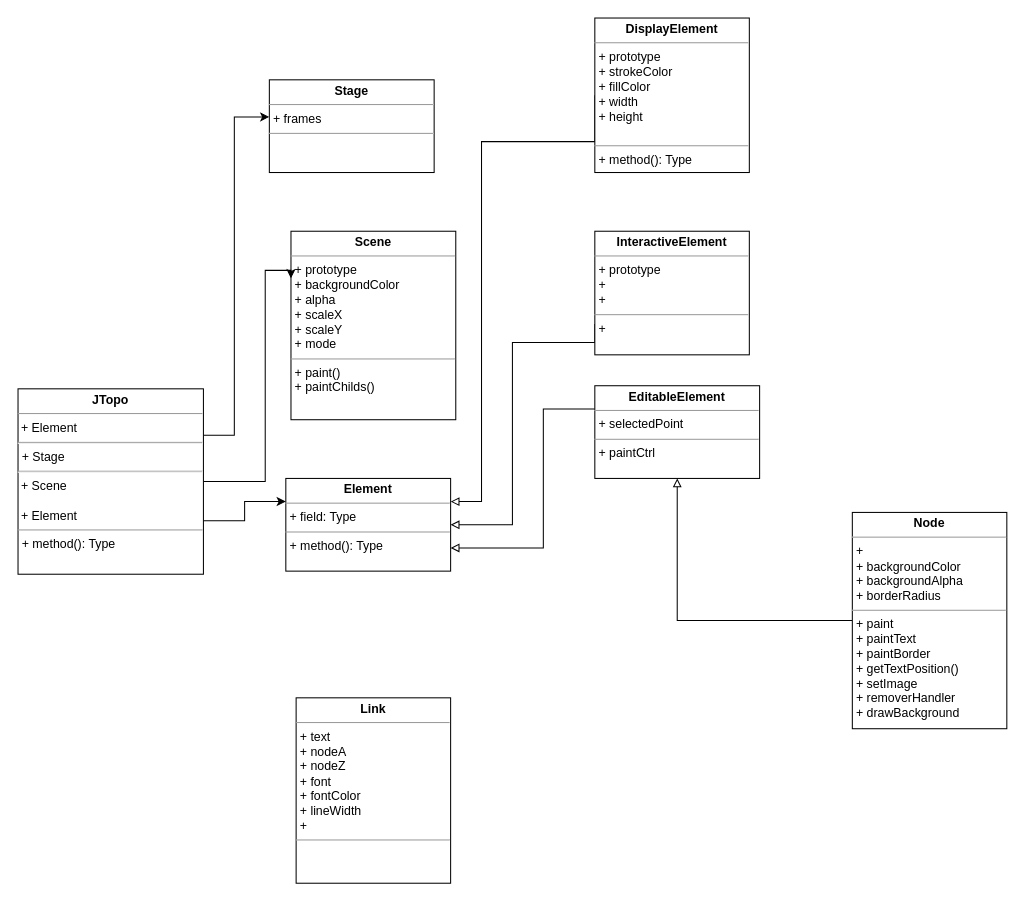
This is Jtopo.drawio from waterwatermelon/graph, a draw.io file, before an edit. Source tidied: cells renumbered, new cells numbered last; positions are measured from the earlier drawing's top-left corner, leaving out a move shared by most shapes. Both pictures are drawn from the tidied source at 103%, with x=0, y=0 at pixel (18, 18).
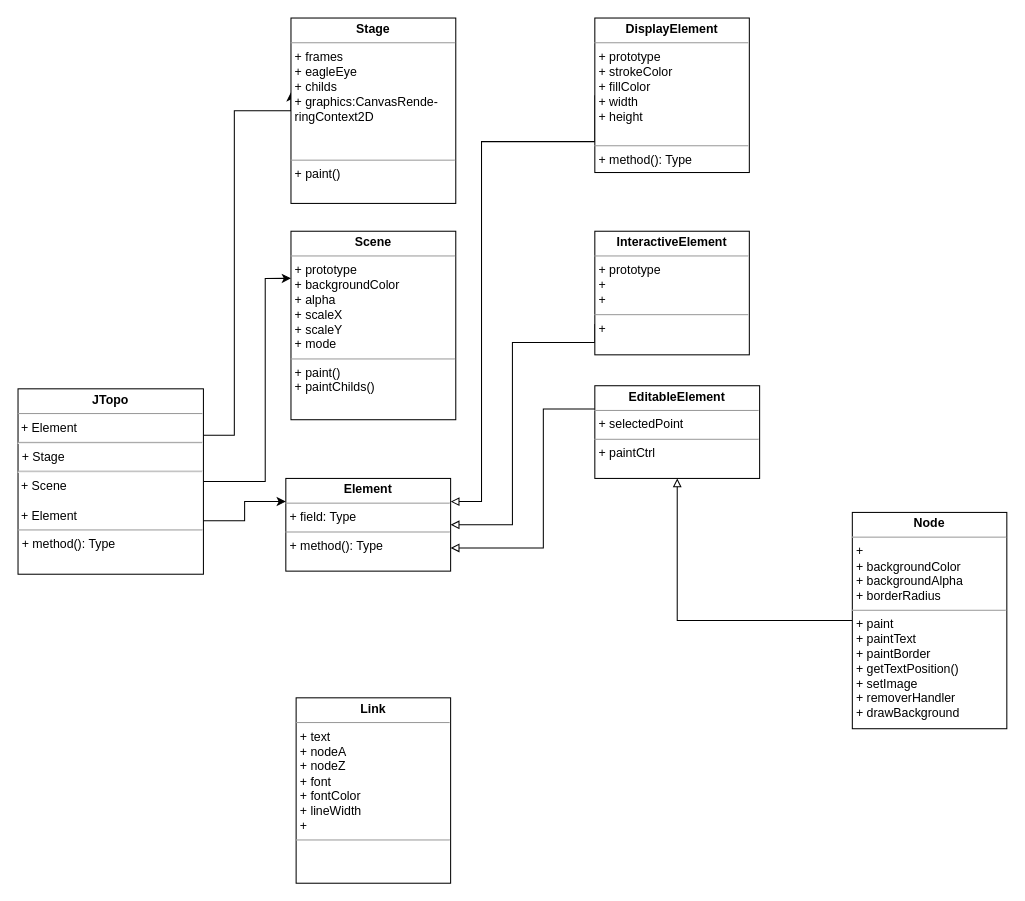
After the change.

Unchanged cells that the change refers to:
```xml
<mxCell id="2" value="&lt;p style=&quot;margin: 0px ; margin-top: 4px ; text-align: center&quot;&gt;&lt;b&gt;Scene&lt;/b&gt;&lt;/p&gt;&lt;hr size=&quot;1&quot;&gt;&lt;p style=&quot;margin: 0px ; margin-left: 4px&quot;&gt;+ prototype&lt;/p&gt;&lt;p style=&quot;margin: 0px ; margin-left: 4px&quot;&gt;+ backgroundColor&lt;/p&gt;&lt;p style=&quot;margin: 0px ; margin-left: 4px&quot;&gt;+ alpha&lt;/p&gt;&lt;p style=&quot;margin: 0px ; margin-left: 4px&quot;&gt;+ scaleX&lt;/p&gt;&lt;p style=&quot;margin: 0px ; margin-left: 4px&quot;&gt;+ scaleY&lt;/p&gt;&lt;p style=&quot;margin: 0px ; margin-left: 4px&quot;&gt;+ mode&lt;/p&gt;&lt;hr size=&quot;1&quot;&gt;&lt;p style=&quot;margin: 0px ; margin-left: 4px&quot;&gt;+ paint()&lt;/p&gt;&lt;p style=&quot;margin: 0px ; margin-left: 4px&quot;&gt;+ paintChilds()&lt;/p&gt;" style="verticalAlign=top;align=left;overflow=fill;fontSize=12;fontFamily=Helvetica;html=1;" parent="1" vertex="1">
  <mxGeometry x="265" y="207" width="160" height="183" as="geometry" />
</mxCell>
<mxCell id="7" value="&lt;p style=&quot;margin: 0px ; margin-top: 4px ; text-align: center&quot;&gt;&lt;b&gt;JTopo&lt;/b&gt;&lt;/p&gt;&lt;hr size=&quot;1&quot;&gt;&amp;nbsp;+ Element&lt;hr&gt;&lt;p style=&quot;margin: 0px ; margin-left: 4px&quot;&gt;+ Stage&lt;/p&gt;&lt;hr&gt;&amp;nbsp;+ Scene&lt;br&gt;&lt;br&gt;&amp;nbsp;+ Element&lt;br&gt;&lt;hr size=&quot;1&quot;&gt;&lt;p style=&quot;margin: 0px ; margin-left: 4px&quot;&gt;+ method(): Type&lt;/p&gt;" style="verticalAlign=top;align=left;overflow=fill;fontSize=12;fontFamily=Helvetica;html=1;" parent="1" vertex="1">
  <mxGeometry y="360" width="180" height="180" as="geometry" />
</mxCell>
```

Change to the diagram source:
```diff
@@
     <mxCell id="5" style="edgeStyle=orthogonalEdgeStyle;rounded=0;jettySize=auto;html=1;entryX=0;entryY=0.25;entryDx=0;entryDy=0;" parent="1" edge="1" source="7" target="2">
       <mxGeometry relative="1" as="geometry">
         <Array as="points">
           <mxPoint x="240" y="450" />
-          <mxPoint x="240" y="245" />
+          <mxPoint x="240" y="253" />
         </Array>
       </mxGeometry>
     </mxCell>
     <mxCell id="6" style="edgeStyle=orthogonalEdgeStyle;rounded=0;jettySize=auto;html=1;exitX=1;exitY=0.25;exitDx=0;exitDy=0;entryX=0;entryY=0.4;entryDx=0;entryDy=0;entryPerimeter=0;" parent="1" edge="1" source="7" target="8">
       <mxGeometry relative="1" as="geometry">
         <Array as="points">
           <mxPoint x="210" y="405" />
-          <mxPoint x="210" y="96" />
+          <mxPoint x="210" y="90" />
         </Array>
       </mxGeometry>
     </mxCell>
@@
-    <mxCell id="8" value="&lt;p style=&quot;margin: 0px ; margin-top: 4px ; text-align: center&quot;&gt;&lt;b&gt;Stage&lt;/b&gt;&lt;/p&gt;&lt;hr size=&quot;1&quot;&gt;&lt;p style=&quot;margin: 0px ; margin-left: 4px&quot;&gt;+ frames&lt;/p&gt;&lt;hr size=&quot;1&quot;&gt;&lt;p style=&quot;margin: 0px ; margin-left: 4px&quot;&gt;&lt;br&gt;&lt;/p&gt;" style="verticalAlign=top;align=left;overflow=fill;fontSize=12;fontFamily=Helvetica;html=1;" parent="1" vertex="1">
-      <mxGeometry x="244" y="60" width="160" height="90" as="geometry" />
+    <mxCell id="8" value="&lt;p style=&quot;margin: 0px ; margin-top: 4px ; text-align: center&quot;&gt;&lt;b&gt;Stage&lt;/b&gt;&lt;/p&gt;&lt;hr size=&quot;1&quot;&gt;&lt;p style=&quot;margin: 0px ; margin-left: 4px&quot;&gt;+ frames&lt;/p&gt;&lt;p style=&quot;margin: 0px ; margin-left: 4px&quot;&gt;+ eagleEye&lt;/p&gt;&lt;p style=&quot;margin: 0px ; margin-left: 4px&quot;&gt;+ childs&lt;/p&gt;&lt;p style=&quot;margin: 0px ; margin-left: 4px&quot;&gt;+ graphics:CanvasRende-&lt;/p&gt;&lt;p style=&quot;margin: 0px ; margin-left: 4px&quot;&gt;ringContext2D&lt;/p&gt;&lt;p style=&quot;margin: 0px ; margin-left: 4px&quot;&gt;&lt;br&gt;&lt;/p&gt;&lt;p style=&quot;margin: 0px ; margin-left: 4px&quot;&gt;&lt;br&gt;&lt;/p&gt;&lt;hr size=&quot;1&quot;&gt;&lt;p style=&quot;margin: 0px ; margin-left: 4px&quot;&gt;+ paint()&lt;/p&gt;" style="verticalAlign=top;align=left;overflow=fill;fontSize=12;fontFamily=Helvetica;html=1;" parent="1" vertex="1">
+      <mxGeometry x="265" width="160" height="180" as="geometry" />
     </mxCell>
```
